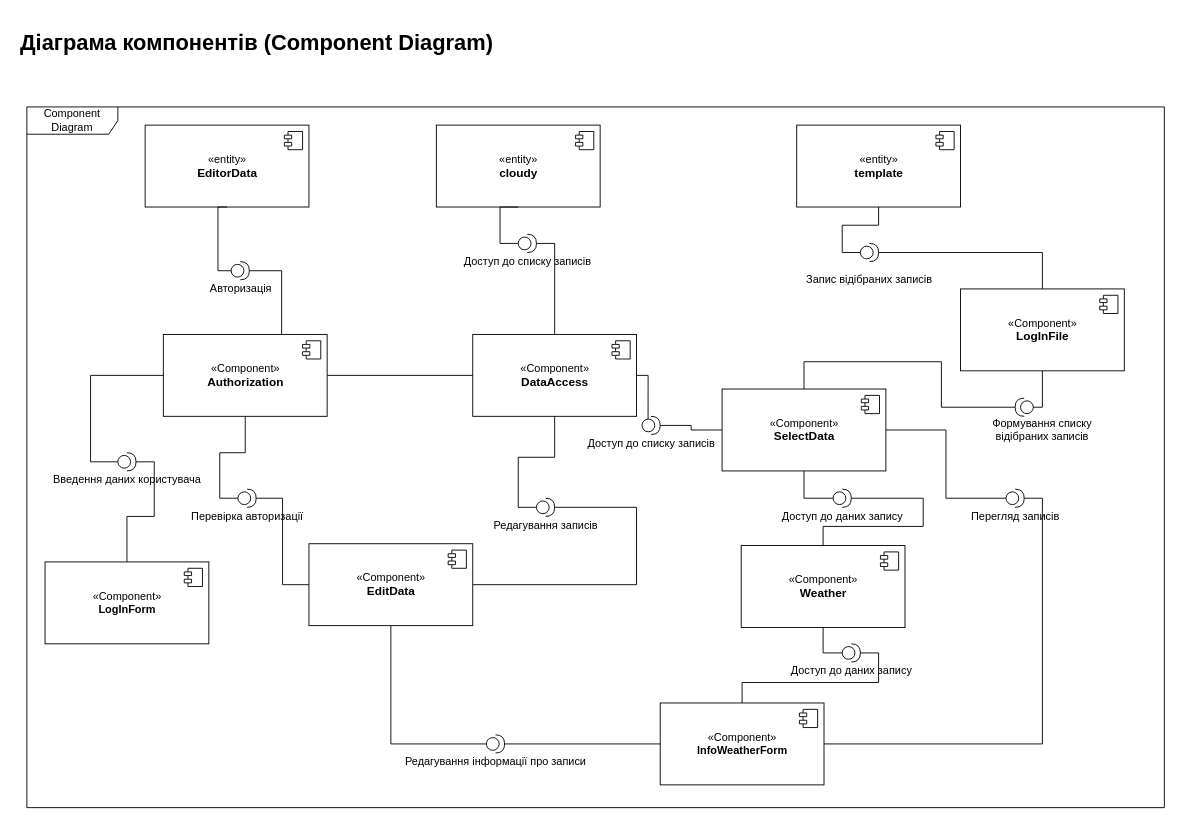
The draw.io diagram page "Діаграма компонентів" (2 of 3) of Діаграма класів.drawio in godlyfrenemy/Cloudy, before the edit. Source tidied: cells renumbered, new cells numbered last; positions are measured from the earlier drawing's top-left corner, leaving out a move shared by most shapes. Both pictures are drawn from the tidied source at 91%, with x=0, y=0 at pixel (15, 25).
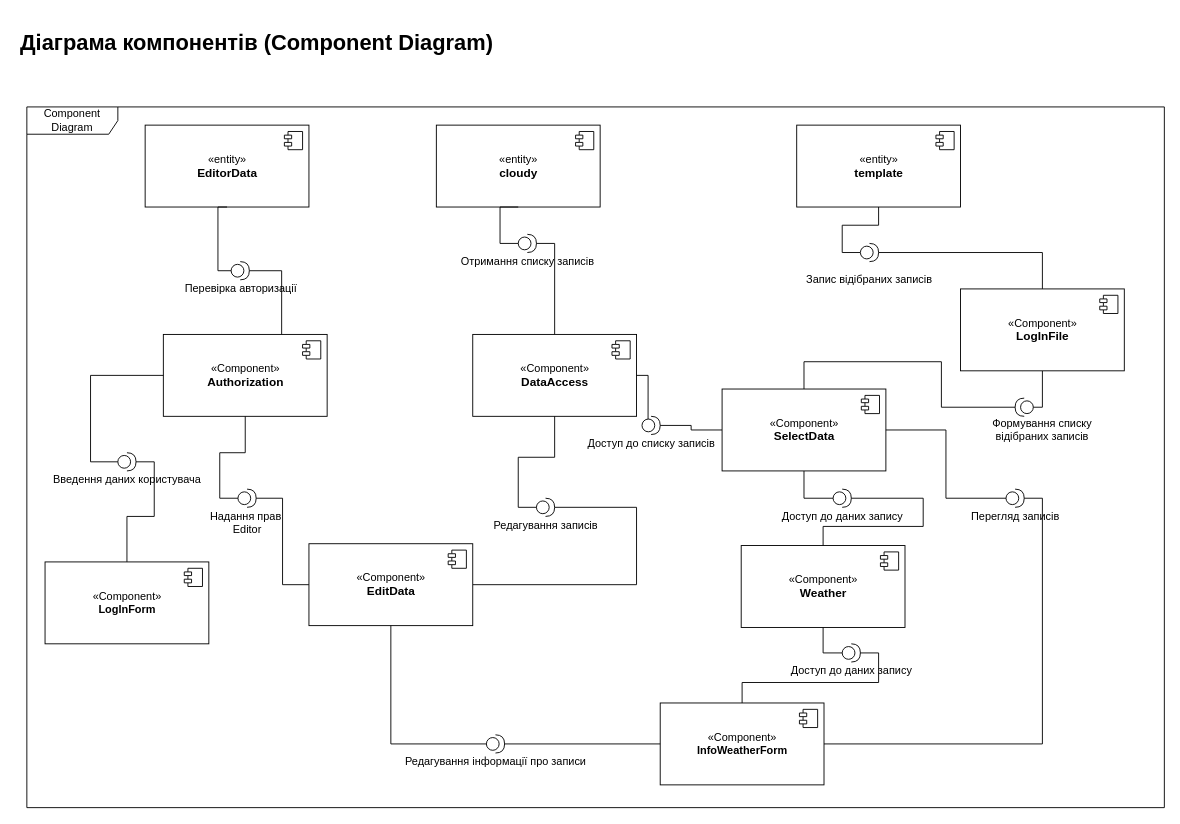
After the change.

The change refers to these unchanged cells:
```xml
<mxCell id="18" value="«Component»&lt;br&gt;&lt;font size=&quot;1&quot;&gt;&lt;b&gt;&lt;span style=&quot;font-size: 13px ; color: rgb(0 , 0 , 0) ; text-decoration: none ; font-family: &amp;#34;arial&amp;#34; ; font-style: normal&quot;&gt;DataAccess&lt;/span&gt;&lt;/b&gt;&lt;/font&gt;" style="html=1;" parent="1" vertex="1">
  <mxGeometry x="502" y="340" width="180" height="90" as="geometry" />
</mxCell>
<mxCell id="23" value="«Component»&lt;br&gt;&lt;b&gt;&lt;span style=&quot;font-size: 13px ; color: rgb(0 , 0 , 0) ; text-decoration: none ; font-family: &amp;#34;arial&amp;#34; ; font-style: normal&quot;&gt;Authorization&lt;/span&gt;&lt;/b&gt;" style="html=1;" parent="1" vertex="1">
  <mxGeometry x="162" y="340" width="180" height="90" as="geometry" />
</mxCell>
```

Change to the diagram source:
```diff
@@
-    <mxCell id="20" style="edgeStyle=orthogonalEdgeStyle;rounded=0;jettySize=auto;html=1;entryX=0;entryY=0.5;entryDx=0;entryDy=0;startArrow=none;startFill=0;endArrow=none;endFill=0;" parent="1" edge="1" source="23" target="18">
-      <mxGeometry relative="1" as="geometry" />
-    </mxCell>
@@
-    <mxCell id="29" value="Авторизація" style="shape=providedRequiredInterface;html=1;verticalLabelPosition=bottom;" parent="1" vertex="1">
+    <mxCell id="29" value="Перевірка авторизації" style="shape=providedRequiredInterface;html=1;verticalLabelPosition=bottom;" parent="1" vertex="1">
       <mxGeometry x="236.5" y="260" width="20" height="20" as="geometry" />
     </mxCell>
@@
-    <mxCell id="31" value="Перевірка авторизації" style="shape=providedRequiredInterface;html=1;verticalLabelPosition=bottom;" parent="1" vertex="1">
+    <mxCell id="31" value="&lt;br&gt;Надання прав&amp;nbsp;&lt;br&gt;Editor" style="shape=providedRequiredInterface;html=1;verticalLabelPosition=bottom;" parent="1" vertex="1">
       <mxGeometry x="244" y="510" width="20" height="20" as="geometry" />
     </mxCell>
@@
-    <mxCell id="33" value="Доступ до списку записів" style="shape=providedRequiredInterface;html=1;verticalLabelPosition=bottom;shadow=0;" parent="1" vertex="1">
+    <mxCell id="33" value="Отримання списку записів" style="shape=providedRequiredInterface;html=1;verticalLabelPosition=bottom;shadow=0;" parent="1" vertex="1">
       <mxGeometry x="552" y="230" width="20" height="20" as="geometry" />
     </mxCell>
```
